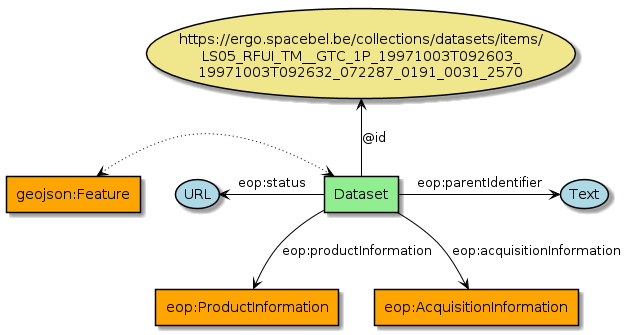
This is series/diagrams/Method2-Granule.png from eovoc/eo-on-schema.org, a PlantUML export, as it was before one commit.
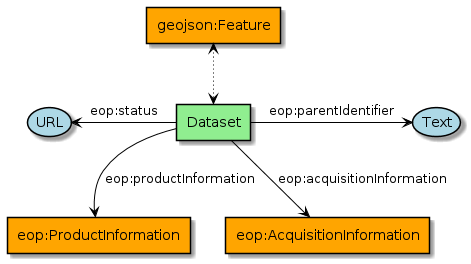
The same file after the commit.

The edit, as a diff of the source:
```diff
@@ -1,34 +1,34 @@
 @startuml
+!define Class agent
+!define Property usecase
 
-skinparam usecase {
+skinparam Property {
 BackgroundColor LightBlue
 BorderColor Black
   ArrowColor Black
   linetype Ortho
 }
 
-skinparam agent {
+skinparam Class {
 BackgroundColor LightGreen
 BorderColor Black
 ArrowColor Black
 linetype Ortho
 }
 
-usecase "https://ergo.spacebel.be/collections/datasets/items/\nLS05_RFUI_TM__GTC_1P_19971003T092603_\n19971003T092632_072287_0191_0031_2570" as id #Khaki
 
-agent Dataset
-agent ProductInformation as "eop:ProductInformation" #orange
-agent AcquisitionInformation as "eop:AcquisitionInformation" #orange
+Class Dataset
+Class ProductInformation as "eop:ProductInformation" #orange
+Class AcquisitionInformation as "eop:AcquisitionInformation" #orange
 
-agent geojson_feature as "geojson:Feature" #orange
+Class geojson_feature as "geojson:Feature" #orange
 
 
-Dataset -up-> id : "@id"
 
 Dataset -down-> ProductInformation : "eop:productInformation"
 Dataset -down-> AcquisitionInformation : "eop:acquisitionInformation"
 Dataset -left-> (URL) : "eop:status"
 Dataset -right-> (Text ) : "eop:parentIdentifier"
 
-Dataset <..[dotted]left..>  geojson_feature
+Dataset <.[dotted]up.>  geojson_feature
 @enduml
```
